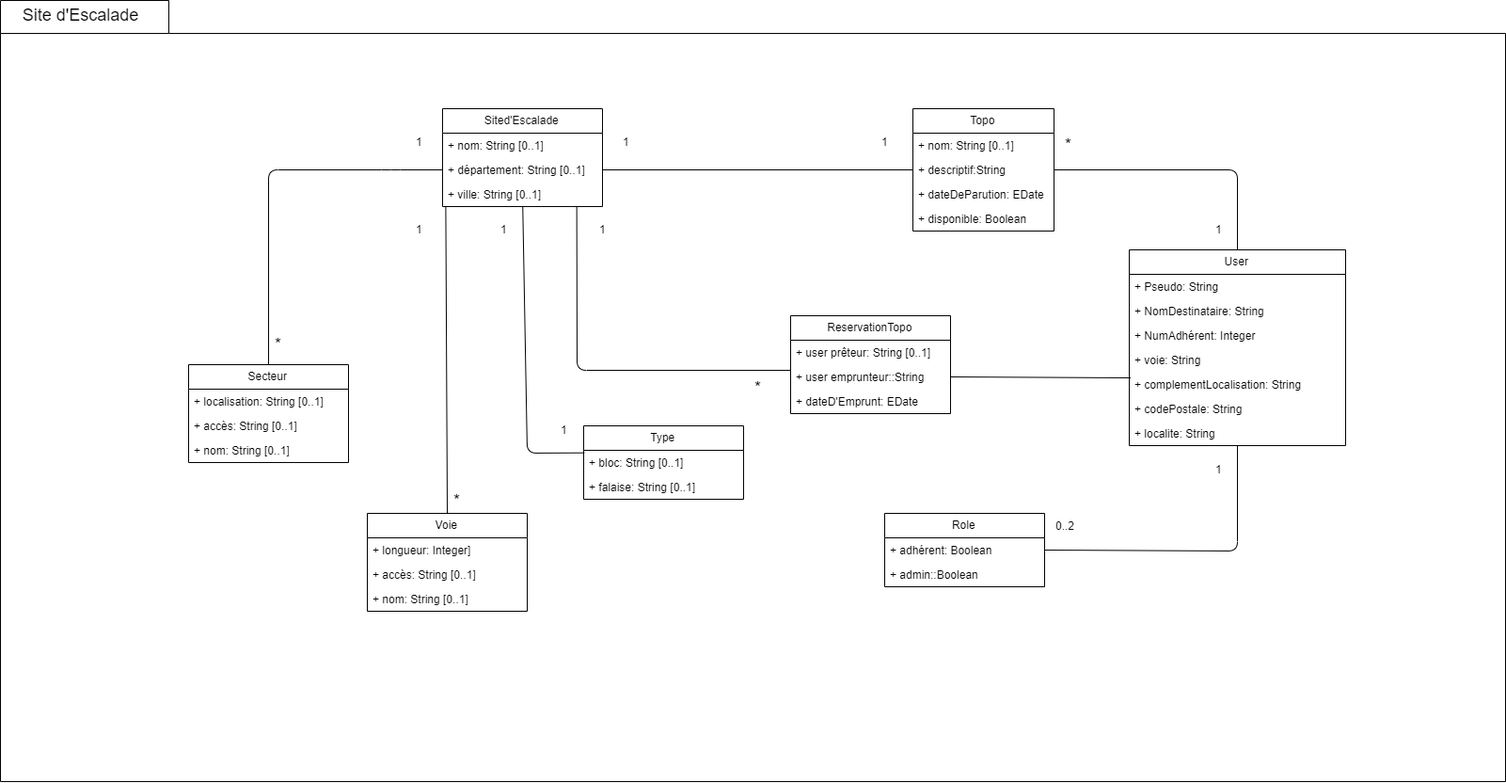
The draw.io diagram Diagramme de classe projet 6.png in touil2019/les-amis-de-l-escaladeP6, before a commit. Source tidied: cells renumbered, new cells last; positions are measured from the earlier drawing's top-left corner, leaving out a move shared by most shapes.
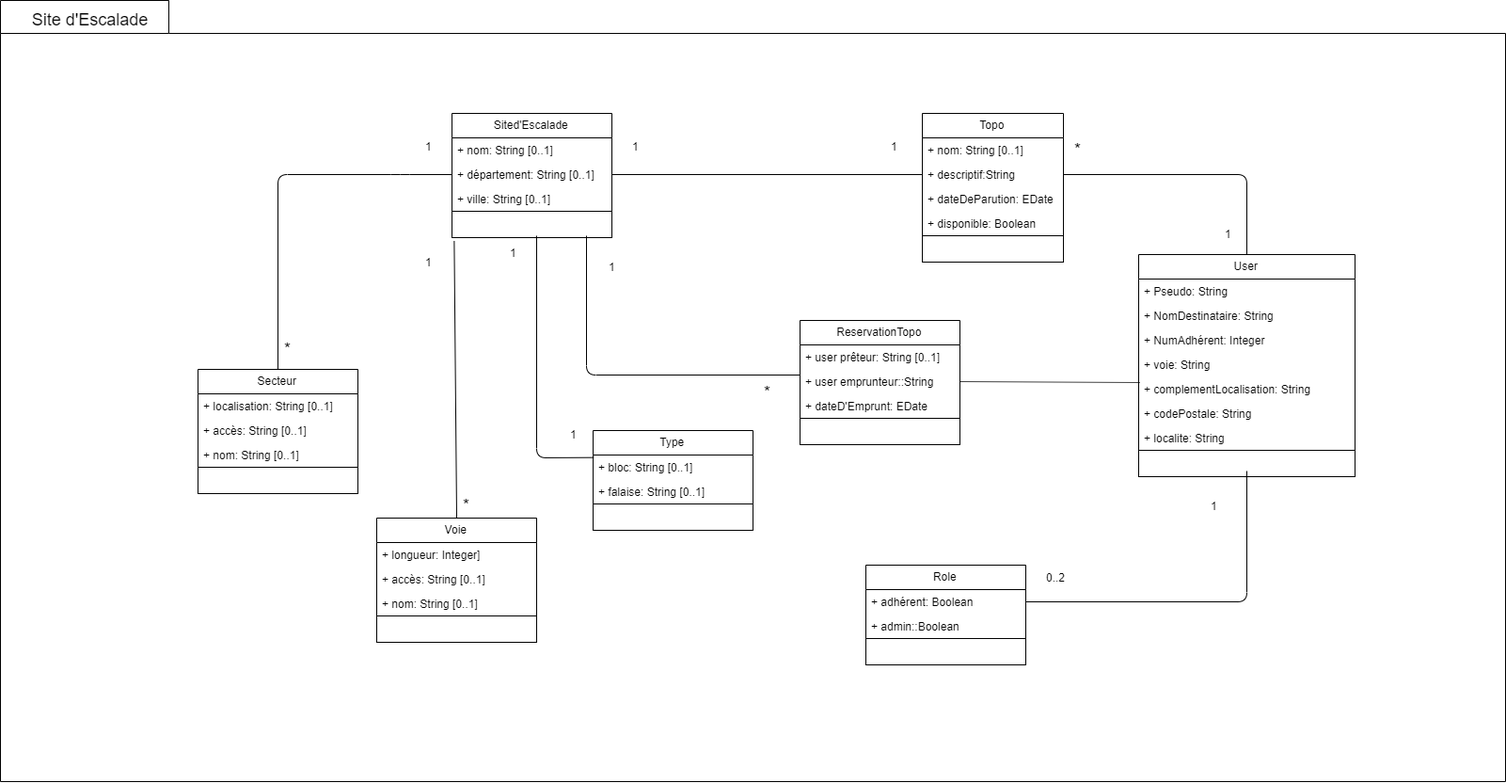
Later version of the same file.

Diff of the diagram source:
```diff
@@ -3,10 +3,10 @@
     <mxCell id="0" />
     <mxCell id="1" parent="0" />
     <mxCell id="2" style="shape=folder;fontStyle=1;spacingTop=10;tabWidth=179;tabHeight=35;tabPosition=left;html=1;" parent="1" vertex="1">
-      <mxGeometry width="1600" height="830" as="geometry" />
+      <mxGeometry x="-10" y="-5" width="1600" height="830" as="geometry" />
     </mxCell>
     <mxCell id="3" value="Topo" style="swimlane;fontStyle=0;horizontal=1;startSize=26;fillColor=none;" parent="1" vertex="1">
-      <mxGeometry x="970" y="115" width="150" height="130" as="geometry" />
+      <mxGeometry x="970" y="115" width="150" height="158" as="geometry" />
     </mxCell>
     <mxCell id="4" value="+ nom: String [0..1]" style="text;strokeColor=none;fillColor=none;align=left;verticalAlign=top;spacingLeft=4;spacingRight=4;overflow=hidden;" parent="3" vertex="1">
       <mxGeometry y="26" width="150" height="26" as="geometry" />
@@ -20,11 +20,14 @@
     <mxCell id="7" value="+ disponible: Boolean" style="text;strokeColor=none;fillColor=none;align=left;verticalAlign=top;spacingLeft=4;spacingRight=4;overflow=hidden;" parent="3" vertex="1">
       <mxGeometry y="104" width="150" height="26" as="geometry" />
     </mxCell>
+    <mxCell id="61" style="rounded=0;whiteSpace=wrap;html=1;" parent="3" vertex="1">
+      <mxGeometry y="130" width="150" height="28" as="geometry" />
+    </mxCell>
     <mxCell id="8" value="&lt;font style=&quot;font-size: 18px&quot;&gt;Site d'Escalade&lt;/font&gt;" style="text;html=1;strokeColor=none;fillColor=none;align=center;verticalAlign=middle;whiteSpace=wrap;rounded=0;" parent="1" vertex="1">
       <mxGeometry x="14.5" width="140" height="30" as="geometry" />
     </mxCell>
     <mxCell id="9" value="User" style="swimlane;fontStyle=0;horizontal=1;startSize=26;fillColor=none;" parent="1" vertex="1">
-      <mxGeometry x="1200" y="265" width="230" height="208" as="geometry" />
+      <mxGeometry x="1200" y="265" width="230" height="236" as="geometry" />
     </mxCell>
     <mxCell id="10" value="+ Pseudo: String" style="text;strokeColor=none;fillColor=none;align=left;verticalAlign=top;spacingLeft=4;spacingRight=4;overflow=hidden;" parent="9" vertex="1">
       <mxGeometry y="26" width="230" height="26" as="geometry" />
@@ -47,8 +50,11 @@
     <mxCell id="16" value="+ localite: String" style="text;strokeColor=none;fillColor=none;align=left;verticalAlign=top;spacingLeft=4;spacingRight=4;overflow=hidden;points=[[0,0.5],[1,0.5]];portConstraint=eastwest;" parent="9" vertex="1">
       <mxGeometry y="182" width="230" height="26" as="geometry" />
     </mxCell>
+    <mxCell id="62" style="rounded=0;whiteSpace=wrap;html=1;" parent="9" vertex="1">
+      <mxGeometry y="208" width="230" height="28" as="geometry" />
+    </mxCell>
     <mxCell id="17" value="Sited'Escalade" style="swimlane;fontStyle=0;horizontal=1;startSize=26;fillColor=none;" parent="1" vertex="1">
-      <mxGeometry x="470" y="115" width="170" height="104" as="geometry" />
+      <mxGeometry x="470" y="115" width="170" height="132" as="geometry" />
     </mxCell>
     <mxCell id="18" value="+ nom: String [0..1]" style="text;strokeColor=none;fillColor=none;align=left;verticalAlign=top;spacingLeft=4;spacingRight=4;overflow=hidden;" parent="17" vertex="1">
       <mxGeometry y="26" width="170" height="26" as="geometry" />
@@ -59,8 +65,11 @@
     <mxCell id="20" value="+ ville: String [0..1]" style="text;strokeColor=none;fillColor=none;align=left;verticalAlign=top;spacingLeft=4;spacingRight=4;overflow=hidden;points=[[0,0.5],[1,0.5]];portConstraint=eastwest;" parent="17" vertex="1">
       <mxGeometry y="78" width="170" height="26" as="geometry" />
     </mxCell>
+    <mxCell id="63" style="rounded=0;whiteSpace=wrap;html=1;" parent="17" vertex="1">
+      <mxGeometry y="104" width="170" height="28" as="geometry" />
+    </mxCell>
     <mxCell id="21" value="ReservationTopo" style="swimlane;fontStyle=0;horizontal=1;startSize=26;fillColor=none;" parent="1" vertex="1">
-      <mxGeometry x="840" y="335" width="170" height="104" as="geometry" />
+      <mxGeometry x="840" y="335" width="170" height="132" as="geometry" />
     </mxCell>
     <mxCell id="22" value="+ user prêteur: String [0..1]" style="text;strokeColor=none;fillColor=none;align=left;verticalAlign=top;spacingLeft=4;spacingRight=4;overflow=hidden;" parent="21" vertex="1">
       <mxGeometry y="26" width="170" height="26" as="geometry" />
@@ -71,8 +80,11 @@
     <mxCell id="24" value="+ dateD'Emprunt: EDate" style="text;strokeColor=none;fillColor=none;align=left;verticalAlign=top;spacingLeft=4;spacingRight=4;overflow=hidden;" parent="21" vertex="1">
       <mxGeometry y="78" width="170" height="26" as="geometry" />
     </mxCell>
+    <mxCell id="64" style="rounded=0;whiteSpace=wrap;html=1;" parent="21" vertex="1">
+      <mxGeometry y="104" width="170" height="28" as="geometry" />
+    </mxCell>
     <mxCell id="25" value="Secteur" style="swimlane;fontStyle=0;horizontal=1;startSize=26;fillColor=none;" parent="1" vertex="1">
-      <mxGeometry x="200" y="387" width="170" height="104" as="geometry" />
+      <mxGeometry x="200" y="387" width="170" height="132" as="geometry" />
     </mxCell>
     <mxCell id="26" value="+ localisation: String [0..1]" style="text;strokeColor=none;fillColor=none;align=left;verticalAlign=top;spacingLeft=4;spacingRight=4;overflow=hidden;" parent="25" vertex="1">
       <mxGeometry y="26" width="170" height="26" as="geometry" />
@@ -83,8 +95,11 @@
     <mxCell id="28" value="+ nom: String [0..1]" style="text;strokeColor=none;fillColor=none;align=left;verticalAlign=top;spacingLeft=4;spacingRight=4;overflow=hidden;" parent="25" vertex="1">
       <mxGeometry y="78" width="170" height="26" as="geometry" />
     </mxCell>
+    <mxCell id="65" style="rounded=0;whiteSpace=wrap;html=1;" parent="25" vertex="1">
+      <mxGeometry y="104" width="170" height="28" as="geometry" />
+    </mxCell>
     <mxCell id="29" value="Voie" style="swimlane;fontStyle=0;horizontal=1;startSize=26;fillColor=none;" parent="1" vertex="1">
-      <mxGeometry x="390" y="545" width="170" height="104" as="geometry" />
+      <mxGeometry x="390" y="545" width="170" height="132" as="geometry" />
     </mxCell>
     <mxCell id="30" value="+ longueur: Integer]" style="text;strokeColor=none;fillColor=none;align=left;verticalAlign=top;spacingLeft=4;spacingRight=4;overflow=hidden;" parent="29" vertex="1">
       <mxGeometry y="26" width="170" height="26" as="geometry" />
@@ -95,8 +110,11 @@
     <mxCell id="32" value="+ nom: String [0..1]" style="text;strokeColor=none;fillColor=none;align=left;verticalAlign=top;spacingLeft=4;spacingRight=4;overflow=hidden;" parent="29" vertex="1">
       <mxGeometry y="78" width="170" height="26" as="geometry" />
     </mxCell>
+    <mxCell id="66" style="rounded=0;whiteSpace=wrap;html=1;" parent="29" vertex="1">
+      <mxGeometry y="104" width="170" height="28" as="geometry" />
+    </mxCell>
     <mxCell id="33" value="Type" style="swimlane;fontStyle=0;horizontal=1;startSize=26;fillColor=none;" parent="1" vertex="1">
-      <mxGeometry x="620" y="452" width="170" height="78" as="geometry" />
+      <mxGeometry x="620" y="452" width="170" height="106" as="geometry" />
     </mxCell>
     <mxCell id="34" value="+ bloc: String [0..1]" style="text;strokeColor=none;fillColor=none;align=left;verticalAlign=top;spacingLeft=4;spacingRight=4;overflow=hidden;points=[[0,0.5],[1,0.5]];portConstraint=eastwest;" parent="33" vertex="1">
       <mxGeometry y="26" width="170" height="26" as="geometry" />
@@ -104,14 +122,18 @@
     <mxCell id="35" value="+ falaise: String [0..1]" style="text;strokeColor=none;fillColor=none;align=left;verticalAlign=top;spacingLeft=4;spacingRight=4;overflow=hidden;" parent="33" vertex="1">
       <mxGeometry y="52" width="170" height="26" as="geometry" />
     </mxCell>
+    <mxCell id="67" style="rounded=0;whiteSpace=wrap;html=1;" parent="33" vertex="1">
+      <mxGeometry y="78" width="170" height="28" as="geometry" />
+    </mxCell>
-    <mxCell id="36" style="endArrow=none;html=1;entryX=0.004;entryY=0.103;entryDx=0;entryDy=0;entryPerimeter=0;" parent="1" edge="1" source="20" target="34">
+    <mxCell id="36" style="endArrow=none;html=1;entryX=0.004;entryY=0.103;entryDx=0;entryDy=0;entryPerimeter=0;" parent="1" edge="1" target="34">
       <mxGeometry relative="1" as="geometry">
+        <mxPoint x="560" y="245" as="sourcePoint" />
         <Array as="points">
           <mxPoint x="560" y="481" />
         </Array>
       </mxGeometry>
     </mxCell>
-    <mxCell id="37" style="endArrow=none;html=1;entryX=0.5;entryY=0;entryDx=0;entryDy=0;exitX=0.02;exitY=1.026;exitDx=0;exitDy=0;exitPerimeter=0;" parent="1" edge="1" source="20" target="29">
+    <mxCell id="37" style="endArrow=none;html=1;entryX=0.5;entryY=0;entryDx=0;entryDy=0;exitX=0.014;exitY=1.133;exitDx=0;exitDy=0;exitPerimeter=0;" parent="1" edge="1" source="63" target="29">
       <mxGeometry relative="1" as="geometry" />
     </mxCell>
     <mxCell id="38" style="endArrow=none;html=1;entryX=0.5;entryY=0;entryDx=0;entryDy=0;exitX=0;exitY=0.5;exitDx=0;exitDy=0;" parent="1" edge="1" source="19" target="25">
@@ -132,8 +154,9 @@
         </Array>
       </mxGeometry>
     </mxCell>
-    <mxCell id="41" style="endArrow=none;html=1;exitX=0.839;exitY=0.983;exitDx=0;exitDy=0;entryX=0;entryY=0.231;entryDx=0;entryDy=0;entryPerimeter=0;exitPerimeter=0;" parent="1" edge="1" source="20" target="23">
+    <mxCell id="41" style="endArrow=none;html=1;entryX=0;entryY=0.231;entryDx=0;entryDy=0;entryPerimeter=0;" parent="1" edge="1" target="23">
       <mxGeometry relative="1" as="geometry">
+        <mxPoint x="613" y="245" as="sourcePoint" />
         <Array as="points">
           <mxPoint x="613" y="393" />
         </Array>
@@ -161,7 +184,7 @@
       <mxGeometry x="1280" y="230" width="30" height="30" as="geometry" />
     </mxCell>
     <mxCell id="49" value="Role" style="swimlane;fontStyle=0;horizontal=1;startSize=26;fillColor=none;" parent="1" vertex="1">
-      <mxGeometry x="940" y="545" width="170" height="78" as="geometry" />
+      <mxGeometry x="910" y="595" width="170" height="106" as="geometry" />
     </mxCell>
     <mxCell id="50" value="+ adhérent: Boolean" style="text;strokeColor=none;fillColor=none;align=left;verticalAlign=top;spacingLeft=4;spacingRight=4;overflow=hidden;points=[[0,0.5],[1,0.5]];portConstraint=eastwest;" parent="49" vertex="1">
       <mxGeometry y="26" width="170" height="26" as="geometry" />
@@ -169,21 +192,25 @@
     <mxCell id="51" value="+ admin::Boolean" style="text;strokeColor=none;fillColor=none;align=left;verticalAlign=top;spacingLeft=4;spacingRight=4;overflow=hidden;" parent="49" vertex="1">
       <mxGeometry y="52" width="170" height="26" as="geometry" />
     </mxCell>
+    <mxCell id="68" style="rounded=0;whiteSpace=wrap;html=1;" parent="49" vertex="1">
+      <mxGeometry y="78" width="170" height="28" as="geometry" />
+    </mxCell>
-    <mxCell id="52" style="endArrow=none;html=1;exitX=1;exitY=0.5;exitDx=0;exitDy=0;" parent="1" edge="1" source="50" target="16">
+    <mxCell id="52" style="endArrow=none;html=1;exitX=1;exitY=0.5;exitDx=0;exitDy=0;" parent="1" edge="1" source="50">
       <mxGeometry relative="1" as="geometry">
+        <mxPoint x="1315" y="495" as="targetPoint" />
         <Array as="points">
-          <mxPoint x="1315" y="585" />
+          <mxPoint x="1315" y="634" />
         </Array>
       </mxGeometry>
     </mxCell>
     <mxCell id="53" value="1" style="text;html=1;align=center;" parent="1" vertex="1">
-      <mxGeometry x="430" y="230" width="30" height="30" as="geometry" />
+      <mxGeometry x="430" y="260" width="30" height="30" as="geometry" />
     </mxCell>
     <mxCell id="54" value="1" style="text;html=1;align=center;" parent="1" vertex="1">
-      <mxGeometry x="520" y="230" width="30" height="30" as="geometry" />
+      <mxGeometry x="520" y="250" width="30" height="30" as="geometry" />
     </mxCell>
     <mxCell id="55" value="1" style="text;html=1;align=center;" parent="1" vertex="1">
-      <mxGeometry x="625" y="230" width="30" height="30" as="geometry" />
+      <mxGeometry x="625" y="265" width="30" height="30" as="geometry" />
     </mxCell>
     <mxCell id="56" value="&lt;font style=&quot;font-size: 18px&quot;&gt;*&lt;/font&gt;" style="text;html=1;" parent="1" vertex="1">
       <mxGeometry x="480" y="515" width="40" height="30" as="geometry" />
@@ -195,10 +222,10 @@
       <mxGeometry x="584.5" y="443" width="30" height="30" as="geometry" />
     </mxCell>
     <mxCell id="59" value="1" style="text;html=1;align=center;" parent="1" vertex="1">
-      <mxGeometry x="1280" y="485" width="30" height="30" as="geometry" />
+      <mxGeometry x="1265" y="519" width="30" height="30" as="geometry" />
     </mxCell>
     <mxCell id="60" value="0..2" style="text;html=1;" parent="1" vertex="1">
-      <mxGeometry x="1120" y="545" width="40" height="30" as="geometry" />
+      <mxGeometry x="1100" y="595" width="40" height="30" as="geometry" />
     </mxCell>
   </root>
 </mxGraphModel>
```
